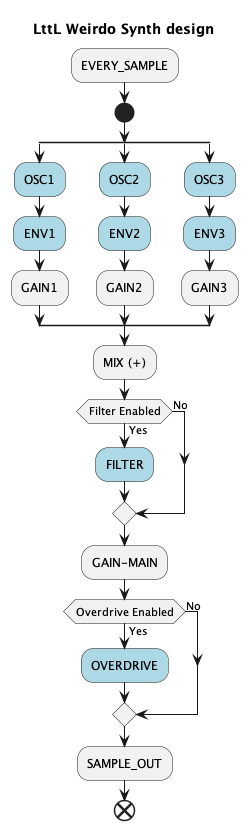
Before: docs/images/synth_design.png, a diagram exported from PlantUML (hi-squeaky-things/little-weirdo). The source it was exported from:
```plantuml
@startuml
title LttL Weirdo Synth design
:EVERY_SAMPLE;
start
    split
       #LightBlue:OSC1;
       #LightBlue:ENV1;
       :GAIN1;
    split again
        #LightBlue:OSC2;
        #LightBlue:ENV2;
        :GAIN2;
    split again
        #LightBlue:OSC3;
        #LightBlue:ENV3;
        :GAIN3;
    end split
        :MIX (+);
if (Filter Enabled) equals (Yes)  then
   #LightBlue:FILTER;
else (No)
endif

:GAIN-MAIN;

if (Overdrive Enabled) equals (Yes) then
   #LightBlue:OVERDRIVE;
else (No)
endif

:SAMPLE_OUT;

end
@enduml
```
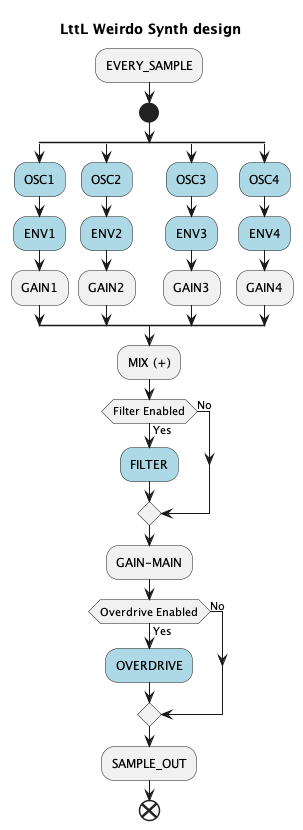
After the commit.

What changed in the source:
```diff
@@ -14,6 +14,10 @@
         #LightBlue:OSC3;
         #LightBlue:ENV3;
         :GAIN3;
+    split again
+        #LightBlue:OSC4;
+        #LightBlue:ENV4;
+        :GAIN4;
     end split
         :MIX (+);
 if (Filter Enabled) equals (Yes)  then
```
